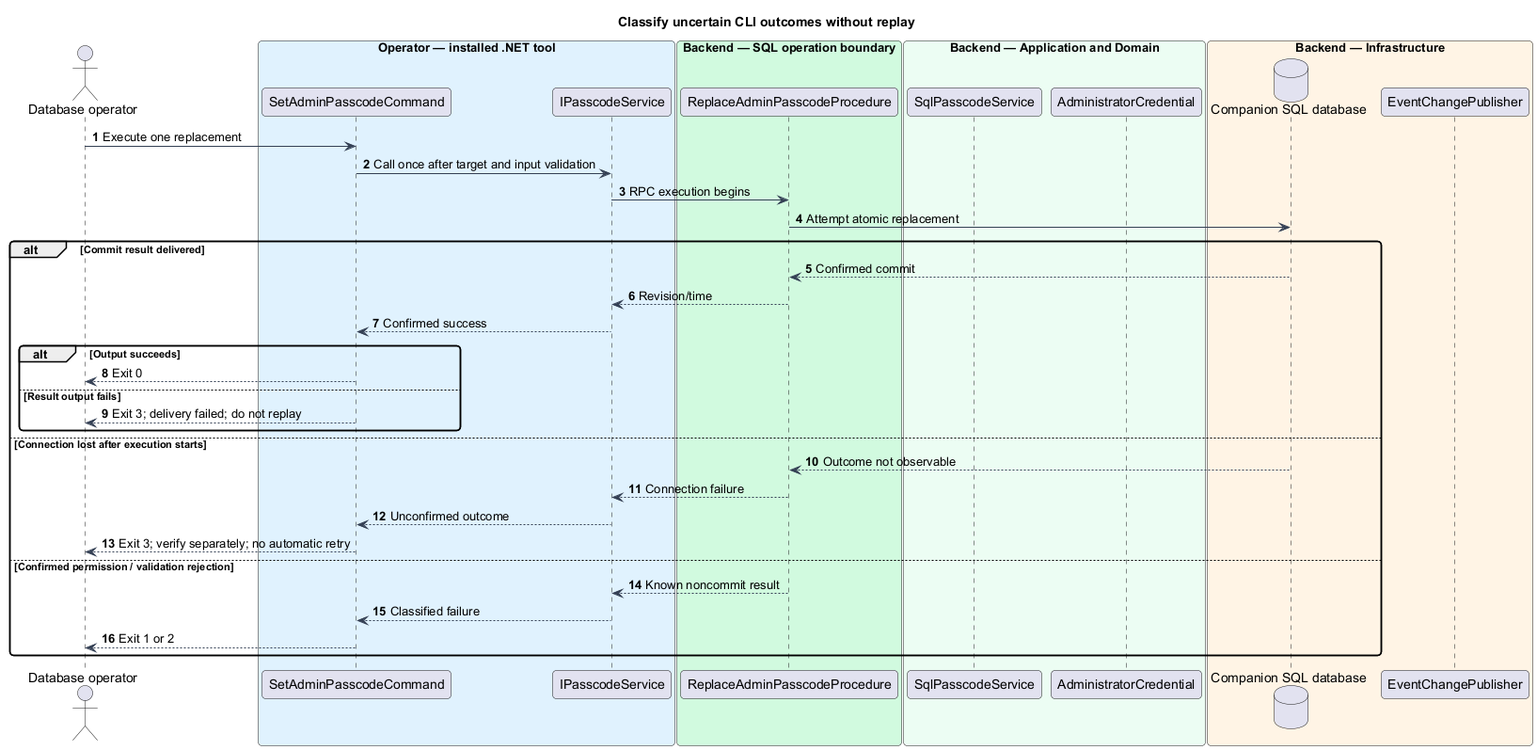
The PlantUML diagram docs/detailed-designs/access/replace-passcode/diagrams/sequence-uncertain.png in QuinntyneBrown/faithtech-toronto-ai-build-event, before a commit.
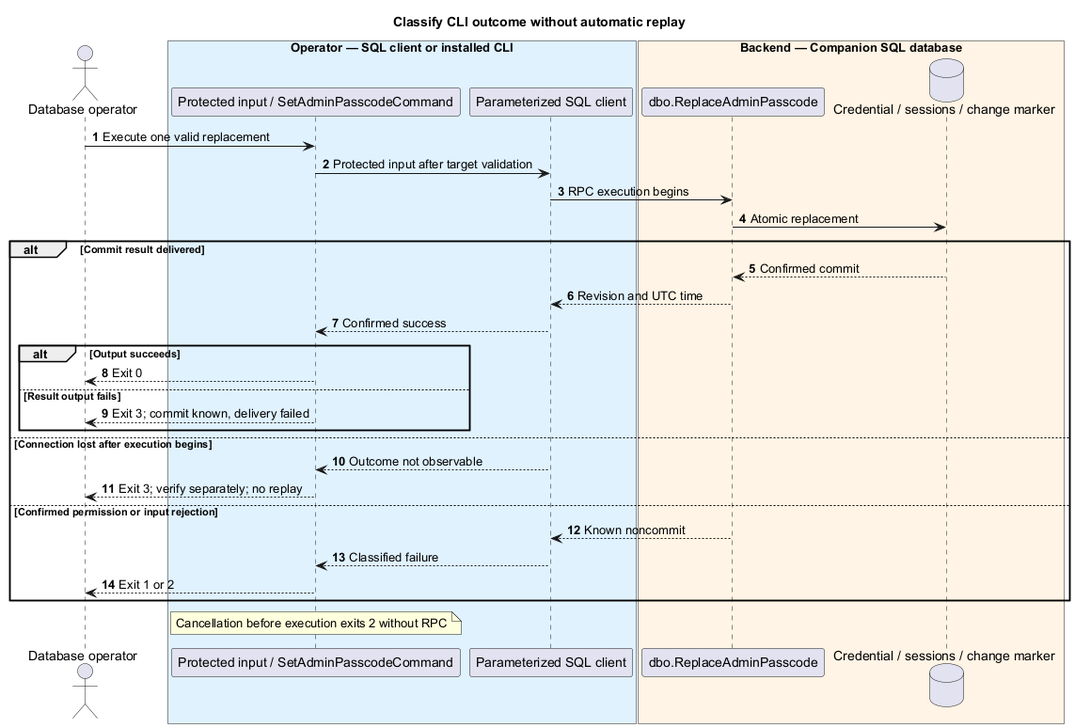
After the change.

What changed in the source:
```diff
@@ -2,47 +2,37 @@
 skinparam backgroundColor #FFFFFF
 skinparam shadowing false
 skinparam defaultFontName Arial
-skinparam ArrowColor #344054
-skinparam roundcorner 8
 autonumber
-title Classify uncertain CLI outcomes without replay
 actor "Database operator" as actor
-box "Operator — installed .NET tool" #E0F2FE
-participant "SetAdminPasscodeCommand" as page
-participant "IPasscodeService" as client
+box "Operator — SQL client or installed CLI" #E0F2FE
+participant "Protected input / SetAdminPasscodeCommand" as input
+participant "Parameterized SQL client" as client
 end box
-box "Backend — SQL operation boundary" #D1FADF
-participant "ReplaceAdminPasscodeProcedure" as controller
+box "Backend — Companion SQL database" #FFF4E5
+participant "dbo.ReplaceAdminPasscode" as procedure
+database "Credential / sessions / change marker" as db
 end box
-box "Backend — Application and Domain" #ECFDF3
-participant "SqlPasscodeService" as handler
-participant "AdministratorCredential" as entity
-end box
-box "Backend — Infrastructure" #FFF4E5
-database "Companion SQL database" as db
-participant "EventChangePublisher" as push
-end box
-actor -> page : Execute one replacement
-page -> client : Call once after target and input validation
-client -> controller : RPC execution begins
-controller -> db : Attempt atomic replacement
+title Classify CLI outcome without automatic replay
+actor -> input : Execute one valid replacement
+input -> client : Protected input after target validation
+client -> procedure : RPC execution begins
+procedure -> db : Atomic replacement
 alt Commit result delivered
- db --> controller : Confirmed commit
- controller --> client : Revision/time
- client --> page : Confirmed success
+ db --> procedure : Confirmed commit
+ procedure --> client : Revision and UTC time
+ client --> input : Confirmed success
  alt Output succeeds
-  page --> actor : Exit 0
+  input --> actor : Exit 0
  else Result output fails
-  page --> actor : Exit 3; delivery failed; do not replay
+  input --> actor : Exit 3; commit known, delivery failed
  end
-else Connection lost after execution starts
- db --> controller : Outcome not observable
- controller --> client : Connection failure
- client --> page : Unconfirmed outcome
- page --> actor : Exit 3; verify separately; no automatic retry
-else Confirmed permission / validation rejection
- controller --> client : Known noncommit result
- client --> page : Classified failure
- page --> actor : Exit 1 or 2
+else Connection lost after execution begins
+ client --> input : Outcome not observable
+ input --> actor : Exit 3; verify separately; no replay
+else Confirmed permission or input rejection
+ procedure --> client : Known noncommit
+ client --> input : Classified failure
+ input --> actor : Exit 1 or 2
 end
+note over input : Cancellation before execution exits 2 without RPC
 @enduml
```
